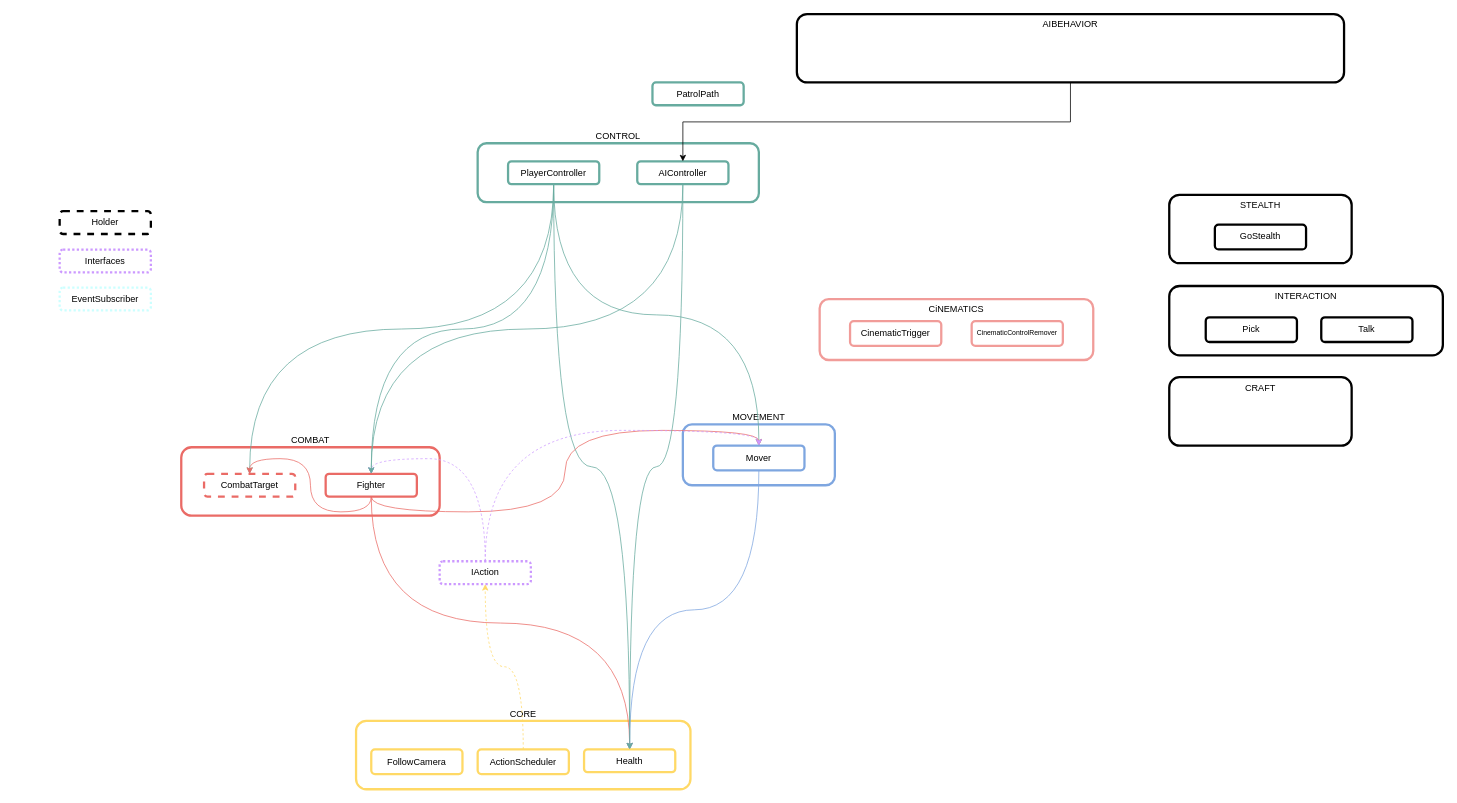
The draw.io diagram _Docs/Architecture.drawio in rafaelmmedeiros/Mount-Mortem-Mystery, before the edit. Source tidied: cells renumbered, new cells numbered last; positions are measured from the earlier drawing's top-left corner, leaving out a move shared by most shapes. Both pictures are drawn from the tidied source at 76%, with x=0, y=0 at pixel (59, 14).
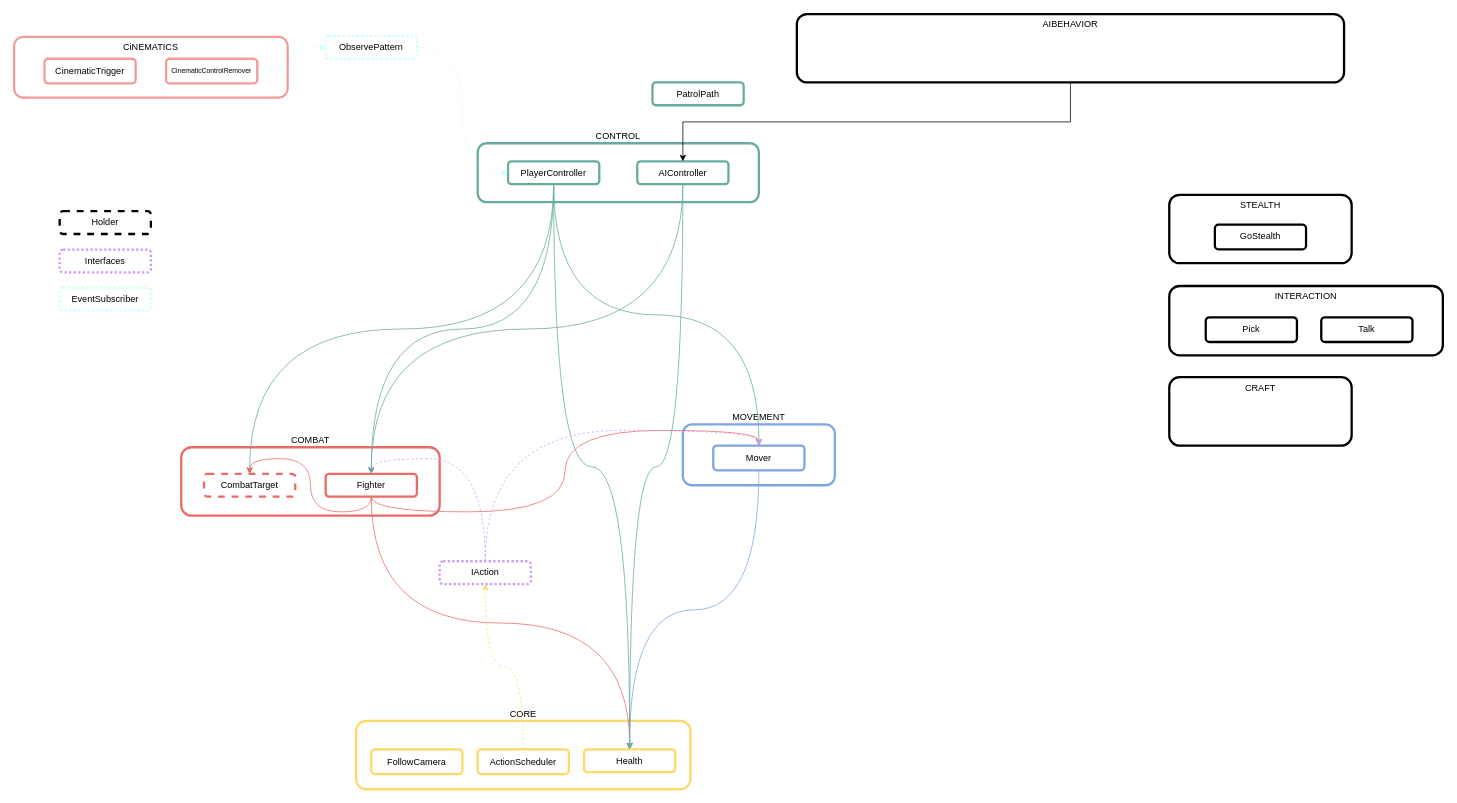
The same diagram, later.

The change refers to these unchanged cells:
```xml
<mxCell id="10" value="PlayerController" style="rounded=1;whiteSpace=wrap;html=1;strokeWidth=3;strokeColor=#67AB9F;" parent="1" vertex="1">
  <mxGeometry x="590" y="193.8" width="120" height="30" as="geometry" />
</mxCell>
```

Change to the diagram source:
```diff
@@
     <mxCell id="39" value="CiNEMATICS" style="rounded=1;whiteSpace=wrap;html=1;strokeWidth=3;align=center;labelPosition=center;verticalLabelPosition=middle;verticalAlign=top;strokeColor=#F19C99;" parent="1" vertex="1">
-      <mxGeometry x="1000" y="375.2" width="360" height="80" as="geometry" />
+      <mxGeometry x="-60" y="30" width="360" height="80" as="geometry" />
     </mxCell>
     <mxCell id="40" value="CinematicTrigger" style="rounded=1;whiteSpace=wrap;html=1;strokeWidth=3;strokeColor=#F19C99;verticalAlign=middle;" parent="1" vertex="1">
-      <mxGeometry x="1040" y="404" width="120" height="32.5" as="geometry" />
+      <mxGeometry x="-20" y="58.8" width="120" height="32.5" as="geometry" />
     </mxCell>
@@
+    <mxCell id="43" style="edgeStyle=orthogonalEdgeStyle;rounded=0;jettySize=auto;html=1;exitX=1;exitY=0.5;exitDx=0;exitDy=0;curved=1;dashed=1;strokeColor=#CCFFFF;" parent="1" edge="1" source="42" target="45">
+      <mxGeometry relative="1" as="geometry" />
+    </mxCell>
     <mxCell id="42" value="CinematicControlRemover" style="rounded=1;whiteSpace=wrap;html=1;strokeWidth=3;strokeColor=#F19C99;verticalAlign=middle;fontSize=9;" parent="1" vertex="1">
-      <mxGeometry x="1200" y="404" width="120" height="32.5" as="geometry" />
+      <mxGeometry x="140" y="58.8" width="120" height="32.5" as="geometry" />
     </mxCell>
+    <mxCell id="44" style="edgeStyle=orthogonalEdgeStyle;rounded=0;jettySize=auto;html=1;exitX=1;exitY=0.5;exitDx=0;exitDy=0;entryX=0;entryY=0.5;entryDx=0;entryDy=0;curved=1;dashed=1;strokeColor=#CCFFFF;" parent="1" edge="1" source="45" target="10">
+      <mxGeometry relative="1" as="geometry" />
+    </mxCell>
+    <mxCell id="45" value="ObservePattern" style="rounded=1;whiteSpace=wrap;html=1;strokeWidth=3;dashed=1;dashPattern=1 1;strokeColor=#CCFFFF;" parent="1" vertex="1">
+      <mxGeometry x="350" y="28.8" width="120" height="30" as="geometry" />
+    </mxCell>
```
